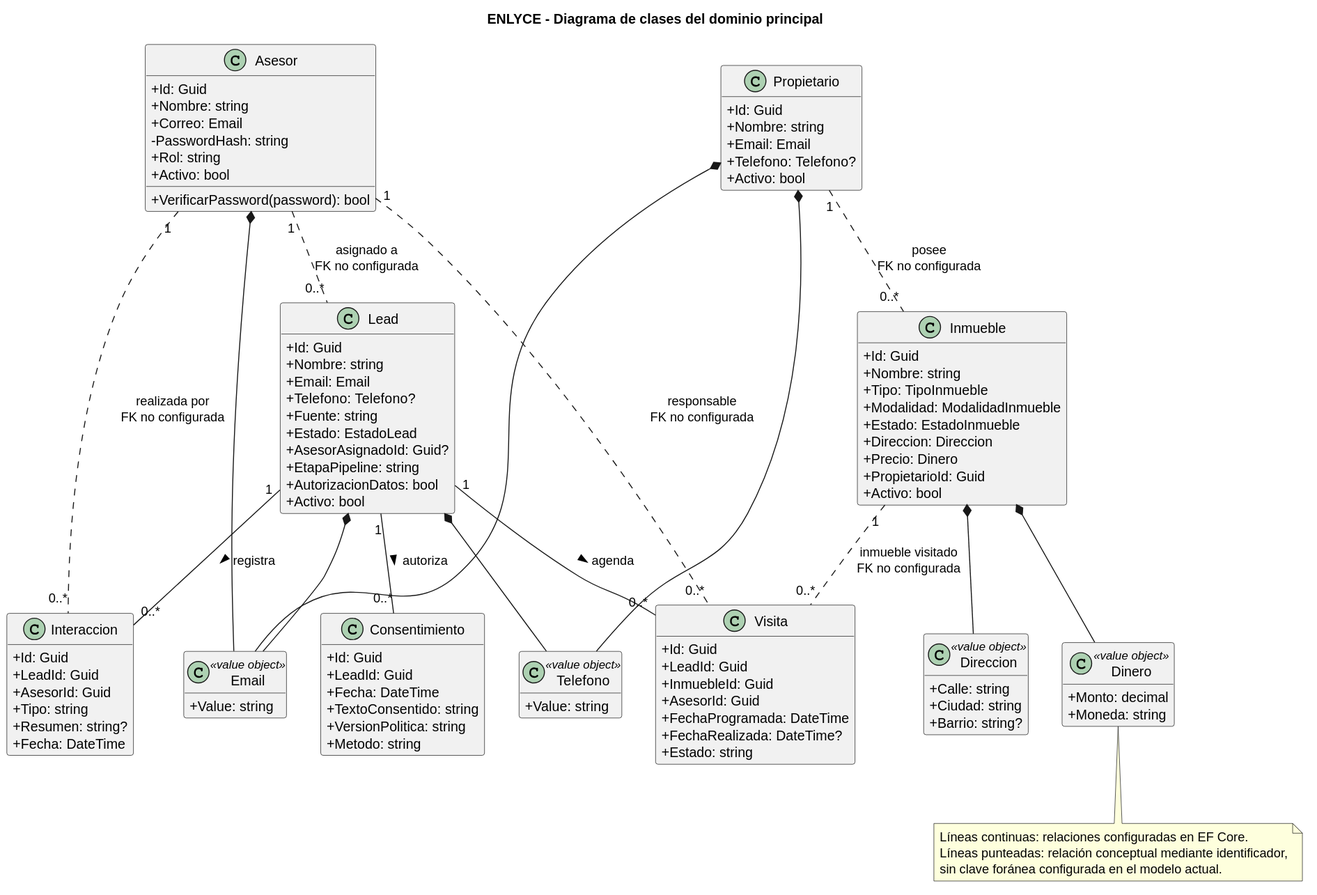
Earlier version of the PlantUML export docs/actividad-2/uml/clases-dominio-enlyce.svg (Samael2626/Enlyce). The source it was exported from:
```plantuml
@startuml
title ENLYCE - Diagrama de clases del dominio principal
skinparam shadowing false
skinparam classAttributeIconSize 0
hide empty methods

class Asesor {
  +Id: Guid
  +Nombre: string
  +Correo: Email
  -PasswordHash: string
  +Rol: string
  +Activo: bool
  +VerificarPassword(password): bool
}

class Lead {
  +Id: Guid
  +Nombre: string
  +Email: Email
  +Telefono: Telefono?
  +Fuente: string
  +Estado: EstadoLead
  +AsesorAsignadoId: Guid?
  +EtapaPipeline: string
  +AutorizacionDatos: bool
  +Activo: bool
}

class Interaccion {
  +Id: Guid
  +LeadId: Guid
  +AsesorId: Guid
  +Tipo: string
  +Resumen: string?
  +Fecha: DateTime
}

class Visita {
  +Id: Guid
  +LeadId: Guid
  +InmuebleId: Guid
  +AsesorId: Guid
  +FechaProgramada: DateTime
  +FechaRealizada: DateTime?
  +Estado: string
}

class Consentimiento {
  +Id: Guid
  +LeadId: Guid
  +Fecha: DateTime
  +TextoConsentido: string
  +VersionPolitica: string
  +Metodo: string
}

class Inmueble {
  +Id: Guid
  +Nombre: string
  +Tipo: TipoInmueble
  +Modalidad: ModalidadInmueble
  +Estado: EstadoInmueble
  +Direccion: Direccion
  +Precio: Dinero
  +PropietarioId: Guid
  +Activo: bool
}

class Propietario {
  +Id: Guid
  +Nombre: string
  +Email: Email
  +Telefono: Telefono?
  +Activo: bool
}

class Email <<value object>> {
  +Value: string
}

class Telefono <<value object>> {
  +Value: string
}

class Direccion <<value object>> {
  +Calle: string
  +Ciudad: string
  +Barrio: string?
}

class Dinero <<value object>> {
  +Monto: decimal
  +Moneda: string
}

Lead "1" -- "0..*" Interaccion : registra >
Lead "1" -- "0..*" Visita : agenda >
Lead "1" -- "0..*" Consentimiento : autoriza >

Asesor "1" .. "0..*" Lead : asignado a\nFK no configurada
Asesor "1" .. "0..*" Interaccion : realizada por\nFK no configurada
Asesor "1" .. "0..*" Visita : responsable\nFK no configurada
Inmueble "1" .. "0..*" Visita : inmueble visitado\nFK no configurada
Propietario "1" .. "0..*" Inmueble : posee\nFK no configurada

Asesor *-- Email
Lead *-- Email
Lead *-- Telefono
Propietario *-- Email
Propietario *-- Telefono
Inmueble *-- Direccion
Inmueble *-- Dinero

note bottom
  Líneas continuas: relaciones configuradas en EF Core.
  Líneas punteadas: relación conceptual mediante identificador,
  sin clave foránea configurada en el modelo actual.
end note
@enduml
```
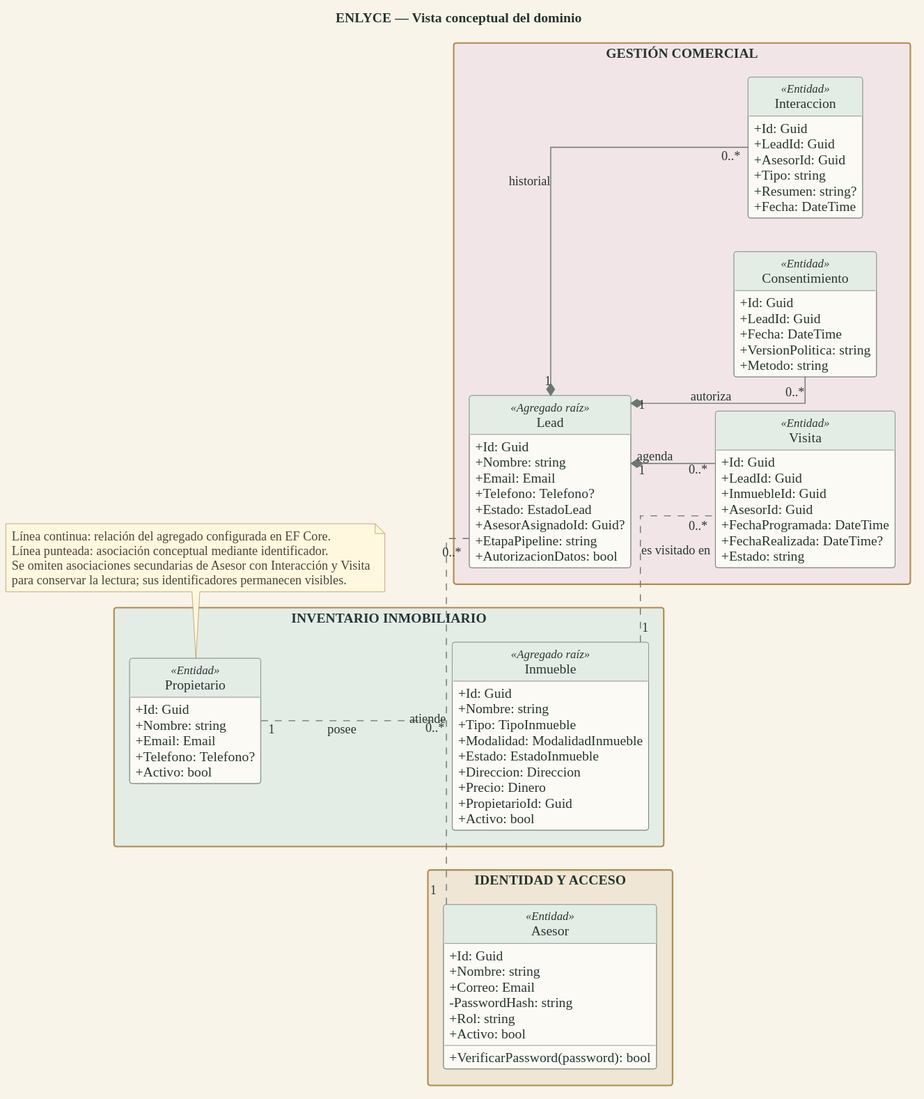
The same diagram one commit later.

What changed in the source:
```diff
@@ -1,120 +1,113 @@
 @startuml
-title ENLYCE - Diagrama de clases del dominio principal
+title ENLYCE — Vista conceptual del dominio
+left to right direction
+skinparam backgroundColor #F8F4EA
 skinparam shadowing false
+skinparam linetype ortho
+skinparam packageStyle rectangle
 skinparam classAttributeIconSize 0
+skinparam defaultFontName "Times New Roman"
+skinparam defaultFontColor #26352F
+skinparam ArrowColor #6B766F
+skinparam class {
+  BorderColor #66796E
+  BackgroundColor #FCFAF4
+  HeaderBackgroundColor #E4ECE6
+  FontColor #26352F
+}
+skinparam package {
+  BorderColor #B08A4B
+  FontColor #26352F
+}
+skinparam note {
+  BorderColor #B08A4B
+  BackgroundColor #FFF8DF
+  FontColor #4D4538
+}
+hide circle
 hide empty methods
 
-class Asesor {
-  +Id: Guid
-  +Nombre: string
-  +Correo: Email
-  -PasswordHash: string
-  +Rol: string
-  +Activo: bool
-  +VerificarPassword(password): bool
+package "IDENTIDAD Y ACCESO" #EFE6D5 {
+  class Asesor <<Entidad>> {
+    +Id: Guid
+    +Nombre: string
+    +Correo: Email
+    -PasswordHash: string
+    +Rol: string
+    +Activo: bool
+    +VerificarPassword(password): bool
+  }
+}
+package "GESTIÓN COMERCIAL" #F1E5E7 {
+  class Lead <<Agregado raíz>> {
+    +Id: Guid
+    +Nombre: string
+    +Email: Email
+    +Telefono: Telefono?
+    +Estado: EstadoLead
+    +AsesorAsignadoId: Guid?
+    +EtapaPipeline: string
+    +AutorizacionDatos: bool
+  }
+  class Interaccion <<Entidad>> {
+    +Id: Guid
+    +LeadId: Guid
+    +AsesorId: Guid
+    +Tipo: string
+    +Resumen: string?
+    +Fecha: DateTime
+  }
+  class Consentimiento <<Entidad>> {
+    +Id: Guid
+    +LeadId: Guid
+    +Fecha: DateTime
+    +VersionPolitica: string
+    +Metodo: string
+  }
+  class Visita <<Entidad>> {
+    +Id: Guid
+    +LeadId: Guid
+    +InmuebleId: Guid
+    +AsesorId: Guid
+    +FechaProgramada: DateTime
+    +FechaRealizada: DateTime?
+    +Estado: string
+  }
+  Lead "1" *-- "0..*" Interaccion : historial
+  Lead "1" *-- "0..*" Consentimiento : autoriza
+  Lead "1" *-- "0..*" Visita : agenda
+}
+package "INVENTARIO INMOBILIARIO" #E4ECE6 {
+  class Inmueble <<Agregado raíz>> {
+    +Id: Guid
+    +Nombre: string
+    +Tipo: TipoInmueble
+    +Modalidad: ModalidadInmueble
+    +Estado: EstadoInmueble
+    +Direccion: Direccion
+    +Precio: Dinero
+    +PropietarioId: Guid
+    +Activo: bool
+  }
+  class Propietario <<Entidad>> {
+    +Id: Guid
+    +Nombre: string
+    +Email: Email
+    +Telefono: Telefono?
+    +Activo: bool
+  }
+  Propietario "1" .. "0..*" Inmueble : posee
 }
 
-class Lead {
-  +Id: Guid
-  +Nombre: string
-  +Email: Email
-  +Telefono: Telefono?
-  +Fuente: string
-  +Estado: EstadoLead
-  +AsesorAsignadoId: Guid?
-  +EtapaPipeline: string
-  +AutorizacionDatos: bool
-  +Activo: bool
-}
-
-class Interaccion {
-  +Id: Guid
-  +LeadId: Guid
-  +AsesorId: Guid
-  +Tipo: string
-  +Resumen: string?
-  +Fecha: DateTime
-}
-
-class Visita {
-  +Id: Guid
-  +LeadId: Guid
-  +InmuebleId: Guid
-  +AsesorId: Guid
-  +FechaProgramada: DateTime
-  +FechaRealizada: DateTime?
-  +Estado: string
-}
-
-class Consentimiento {
-  +Id: Guid
-  +LeadId: Guid
-  +Fecha: DateTime
-  +TextoConsentido: string
-  +VersionPolitica: string
-  +Metodo: string
-}
-
-class Inmueble {
-  +Id: Guid
-  +Nombre: string
-  +Tipo: TipoInmueble
-  +Modalidad: ModalidadInmueble
-  +Estado: EstadoInmueble
-  +Direccion: Direccion
-  +Precio: Dinero
-  +PropietarioId: Guid
-  +Activo: bool
-}
-
-class Propietario {
-  +Id: Guid
-  +Nombre: string
-  +Email: Email
-  +Telefono: Telefono?
-  +Activo: bool
-}
-
-class Email <<value object>> {
-  +Value: string
-}
-
-class Telefono <<value object>> {
-  +Value: string
-}
-
-class Direccion <<value object>> {
-  +Calle: string
-  +Ciudad: string
-  +Barrio: string?
-}
-
-class Dinero <<value object>> {
-  +Monto: decimal
-  +Moneda: string
-}
-
-Lead "1" -- "0..*" Interaccion : registra >
-Lead "1" -- "0..*" Visita : agenda >
-Lead "1" -- "0..*" Consentimiento : autoriza >
-
-Asesor "1" .. "0..*" Lead : asignado a\nFK no configurada
-Asesor "1" .. "0..*" Interaccion : realizada por\nFK no configurada
-Asesor "1" .. "0..*" Visita : responsable\nFK no configurada
-Inmueble "1" .. "0..*" Visita : inmueble visitado\nFK no configurada
-Propietario "1" .. "0..*" Inmueble : posee\nFK no configurada
-
-Asesor *-- Email
-Lead *-- Email
-Lead *-- Telefono
-Propietario *-- Email
-Propietario *-- Telefono
-Inmueble *-- Direccion
-Inmueble *-- Dinero
+Asesor "1" .. "0..*" Lead : atiende
+Inmueble "1" .. "0..*" Visita : es visitado en
+Asesor -[hidden]right- Lead
+Lead -[hidden]right- Inmueble
 
 note bottom
-  Líneas continuas: relaciones configuradas en EF Core.
-  Líneas punteadas: relación conceptual mediante identificador,
-  sin clave foránea configurada en el modelo actual.
+  Línea continua: relación del agregado configurada en EF Core.
+  Línea punteada: asociación conceptual mediante identificador.
+  Se omiten asociaciones secundarias de Asesor con Interacción y Visita
+  para conservar la lectura; sus identificadores permanecen visibles.
 end note
 @enduml
```
